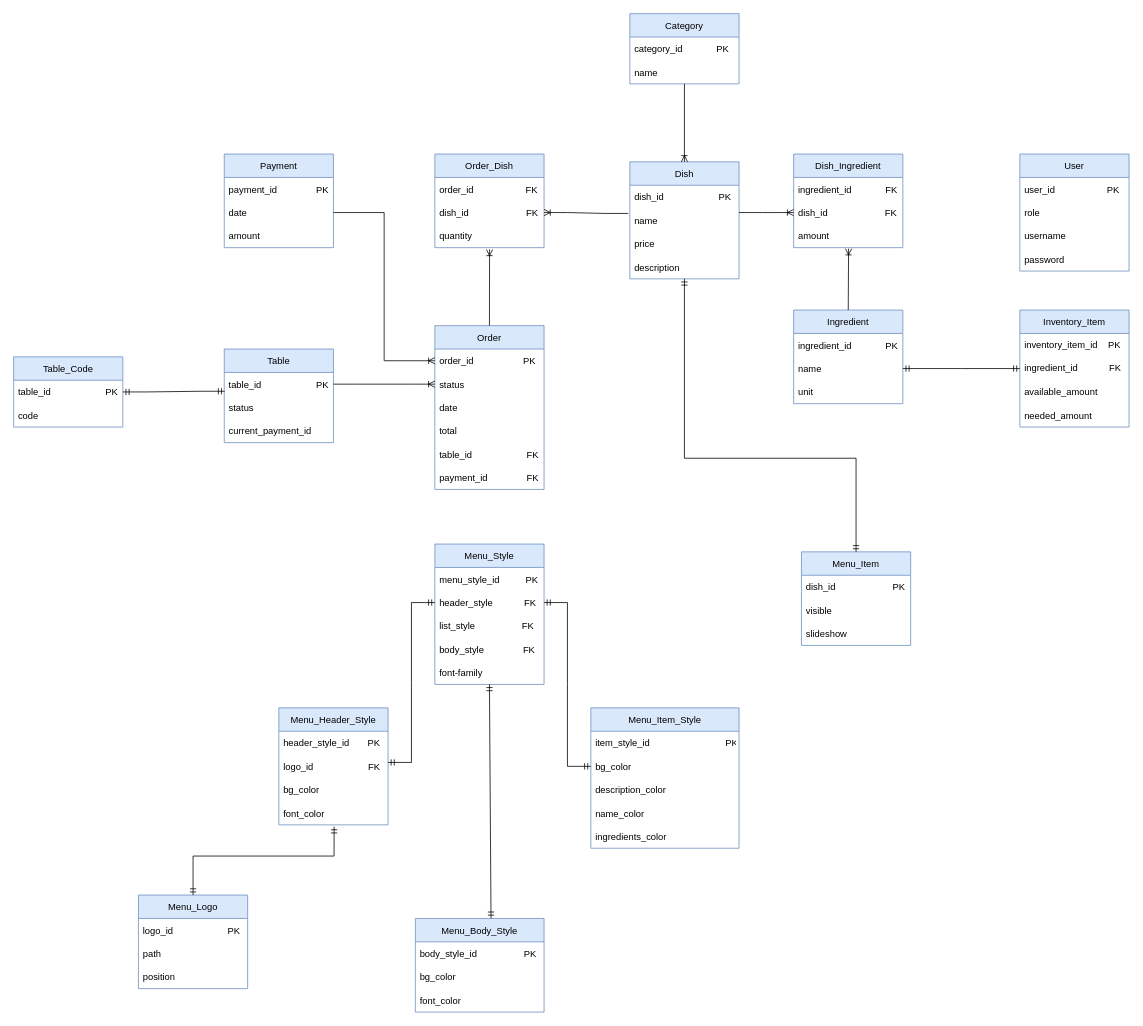
jadhamwi31/quickq keeps this draw.io diagram as diagrams/ERD.drawio. Above is the earlier version. Source tidied: cells renumbered, new cells numbered last; positions are measured from the earlier drawing's top-left corner, leaving out a move shared by most shapes. Both pictures are drawn from the tidied source at 78%, with x=0, y=0 at pixel (13, 13).
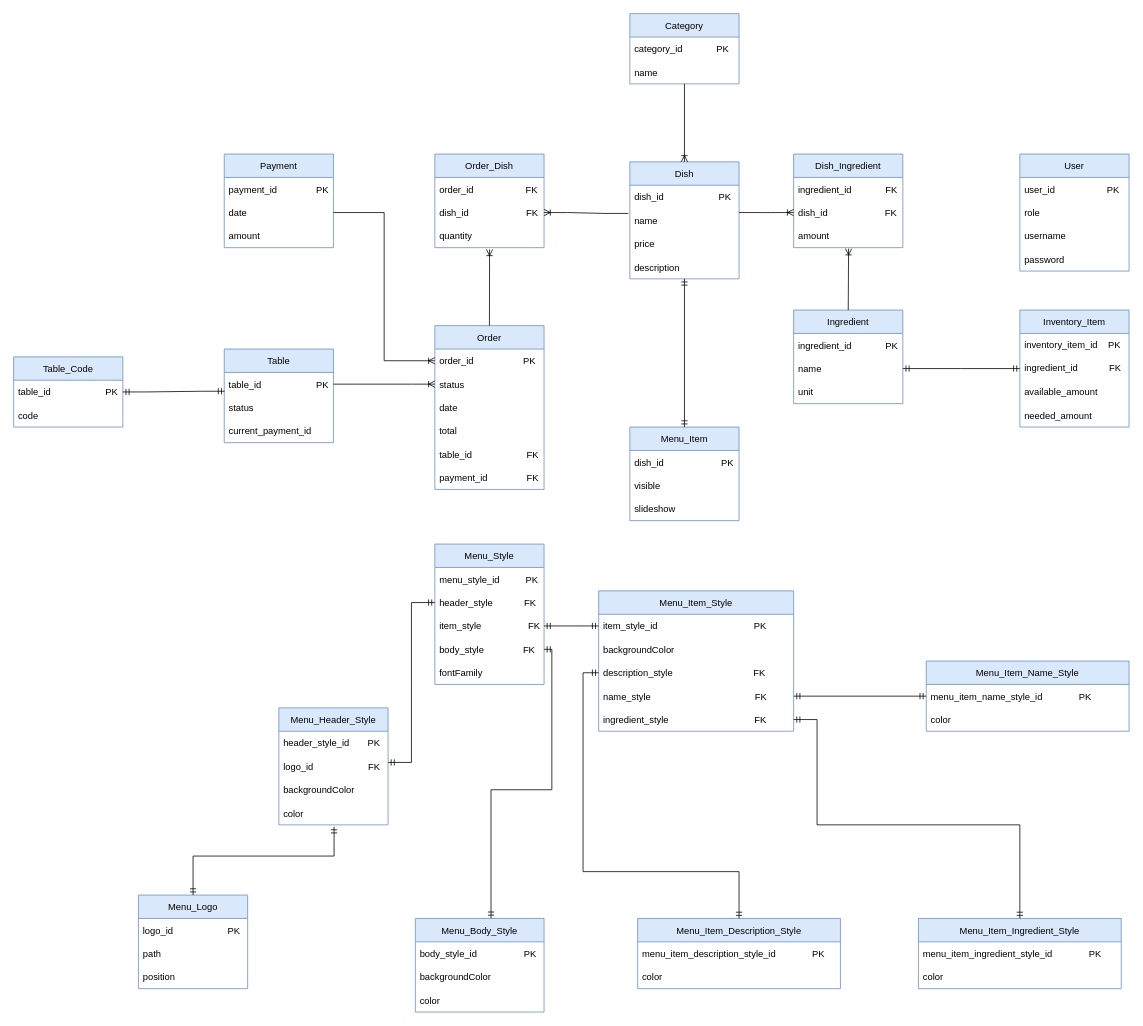
After the change.

The change refers to these unchanged cells:
```xml
<mxCell id="43" value="Menu_Style" style="swimlane;fontStyle=0;horizontal=1;startSize=30;fillColor=#dae8fc;strokeColor=#6c8ebf;" parent="1" vertex="1">
  <mxGeometry x="540" y="680" width="140" height="180" as="geometry" />
</mxCell>
<mxCell id="45" value="header_style            FK" style="text;strokeColor=none;fillColor=none;align=left;verticalAlign=middle;spacingLeft=4;spacingRight=4;overflow=hidden;points=[[0,0.5],[1,0.5]];portConstraint=eastwest;" parent="43" vertex="1">
  <mxGeometry y="60" width="140" height="30" as="geometry" />
</mxCell>
<mxCell id="47" value="body_style               FK" style="text;strokeColor=none;fillColor=none;align=left;verticalAlign=middle;spacingLeft=4;spacingRight=4;overflow=hidden;points=[[0,0.5],[1,0.5]];portConstraint=eastwest;" parent="43" vertex="1">
  <mxGeometry y="120" width="140" height="30" as="geometry" />
</mxCell>
<mxCell id="56" value="Menu_Header_Style" style="swimlane;fontStyle=0;horizontal=1;startSize=30;fillColor=#dae8fc;strokeColor=#6c8ebf;" parent="1" vertex="1">
  <mxGeometry x="340" y="890" width="140" height="150" as="geometry" />
</mxCell>
<mxCell id="74" value="Menu_Body_Style" style="swimlane;fontStyle=0;horizontal=1;startSize=30;fillColor=#dae8fc;strokeColor=#6c8ebf;" parent="1" vertex="1">
  <mxGeometry x="515" y="1160" width="165" height="120" as="geometry" />
</mxCell>
```

Diff of the diagram source:
```diff
@@
     <mxCell id="39" value="Menu_Item" style="swimlane;fontStyle=0;horizontal=1;startSize=30;fillColor=#dae8fc;strokeColor=#6c8ebf;" parent="1" vertex="1">
-      <mxGeometry x="1010" y="690" width="140" height="120" as="geometry" />
+      <mxGeometry x="790" y="530" width="140" height="120" as="geometry" />
     </mxCell>
@@
-    <mxCell id="46" value="list_style                  FK" style="text;strokeColor=none;fillColor=none;align=left;verticalAlign=middle;spacingLeft=4;spacingRight=4;overflow=hidden;points=[[0,0.5],[1,0.5]];portConstraint=eastwest;" parent="43" vertex="1">
+    <mxCell id="46" value="item_style                  FK" style="text;strokeColor=none;fillColor=none;align=left;verticalAlign=middle;spacingLeft=4;spacingRight=4;overflow=hidden;points=[[0,0.5],[1,0.5]];portConstraint=eastwest;" parent="43" vertex="1">
       <mxGeometry y="90" width="140" height="30" as="geometry" />
     </mxCell>
@@
-    <mxCell id="48" value="font-family" style="text;strokeColor=none;fillColor=none;align=left;verticalAlign=middle;spacingLeft=4;spacingRight=4;overflow=hidden;" parent="43" vertex="1">
+    <mxCell id="48" value="fontFamily" style="text;strokeColor=none;fillColor=none;align=left;verticalAlign=middle;spacingLeft=4;spacingRight=4;overflow=hidden;" parent="43" vertex="1">
       <mxGeometry y="150" width="140" height="30" as="geometry" />
     </mxCell>
-    <mxCell id="49" style="fontSize=12;html=1;endArrow=ERmandOne;startArrow=ERmandOne;rounded=0;exitX=0.5;exitY=0;exitDx=0;exitDy=0;edgeStyle=elbowEdgeStyle;elbow=vertical;" parent="1" edge="1" source="39">
+    <mxCell id="49" style="fontSize=12;html=1;endArrow=ERmandOne;startArrow=ERmandOne;rounded=0;exitX=0.5;exitY=0;exitDx=0;exitDy=0;elbow=vertical;" parent="1" edge="1" source="39">
       <mxGeometry relative="1" as="geometry">
         <mxPoint x="860" y="340" as="targetPoint" />
-        <Array as="points">
-          <mxPoint x="970" y="570" />
-        </Array>
       </mxGeometry>
     </mxCell>
@@
-    <mxCell id="59" value="bg_color" style="text;strokeColor=none;fillColor=none;align=left;verticalAlign=middle;spacingLeft=4;spacingRight=4;overflow=hidden;" parent="56" vertex="1">
+    <mxCell id="59" value="backgroundColor" style="text;strokeColor=none;fillColor=none;align=left;verticalAlign=middle;spacingLeft=4;spacingRight=4;overflow=hidden;" parent="56" vertex="1">
       <mxGeometry y="90" width="140" height="30" as="geometry" />
     </mxCell>
-    <mxCell id="60" value="font_color" style="text;strokeColor=none;fillColor=none;align=left;verticalAlign=middle;spacingLeft=4;spacingRight=4;overflow=hidden;points=[[0,0.5],[1,0.5]];portConstraint=eastwest;" parent="56" vertex="1">
+    <mxCell id="60" value="color" style="text;strokeColor=none;fillColor=none;align=left;verticalAlign=middle;spacingLeft=4;spacingRight=4;overflow=hidden;points=[[0,0.5],[1,0.5]];portConstraint=eastwest;" parent="56" vertex="1">
       <mxGeometry y="120" width="140" height="30" as="geometry" />
     </mxCell>
@@
     <mxCell id="62" value="Menu_Item_Style" style="swimlane;fontStyle=0;horizontal=1;startSize=30;fillColor=#dae8fc;strokeColor=#6c8ebf;" parent="1" vertex="1">
-      <mxGeometry x="740" y="890" width="190" height="180" as="geometry" />
+      <mxGeometry x="750" y="740" width="250" height="180" as="geometry" />
     </mxCell>
-    <mxCell id="63" value="item_style_id                             PK" style="text;strokeColor=none;fillColor=none;align=left;verticalAlign=middle;spacingLeft=4;spacingRight=4;overflow=hidden;points=[[0,0.5],[1,0.5]];portConstraint=eastwest;" parent="62" vertex="1">
-      <mxGeometry y="30" width="190" height="30" as="geometry" />
+    <mxCell id="63" value="item_style_id                                     PK" style="text;strokeColor=none;fillColor=none;align=left;verticalAlign=middle;spacingLeft=4;spacingRight=4;overflow=hidden;points=[[0,0.5],[1,0.5]];portConstraint=eastwest;" parent="62" vertex="1">
+      <mxGeometry y="30" width="250" height="30" as="geometry" />
     </mxCell>
-    <mxCell id="64" value="bg_color" style="text;strokeColor=none;fillColor=none;align=left;verticalAlign=middle;spacingLeft=4;spacingRight=4;overflow=hidden;" parent="62" vertex="1">
-      <mxGeometry y="60" width="190" height="30" as="geometry" />
+    <mxCell id="64" value="backgroundColor" style="text;strokeColor=none;fillColor=none;align=left;verticalAlign=middle;spacingLeft=4;spacingRight=4;overflow=hidden;" parent="62" vertex="1">
+      <mxGeometry y="60" width="250" height="30" as="geometry" />
     </mxCell>
-    <mxCell id="65" value="description_color" style="text;strokeColor=none;fillColor=none;align=left;verticalAlign=middle;spacingLeft=4;spacingRight=4;overflow=hidden;points=[[0,0.5],[1,0.5]];portConstraint=eastwest;" parent="62" vertex="1">
-      <mxGeometry y="90" width="190" height="30" as="geometry" />
+    <mxCell id="65" value="description_style                               FK" style="text;strokeColor=none;fillColor=none;align=left;verticalAlign=middle;spacingLeft=4;spacingRight=4;overflow=hidden;points=[[0,0.5],[1,0.5]];portConstraint=eastwest;" parent="62" vertex="1">
+      <mxGeometry y="90" width="250" height="30" as="geometry" />
     </mxCell>
-    <mxCell id="66" value="name_color" style="text;strokeColor=none;fillColor=none;align=left;verticalAlign=middle;spacingLeft=4;spacingRight=4;overflow=hidden;points=[[0,0.5],[1,0.5]];portConstraint=eastwest;" parent="62" vertex="1">
-      <mxGeometry y="120" width="190" height="30" as="geometry" />
+    <mxCell id="66" value="name_style                                        FK" style="text;strokeColor=none;fillColor=none;align=left;verticalAlign=middle;spacingLeft=4;spacingRight=4;overflow=hidden;points=[[0,0.5],[1,0.5]];portConstraint=eastwest;" parent="62" vertex="1">
+      <mxGeometry y="120" width="250" height="30" as="geometry" />
     </mxCell>
-    <mxCell id="67" value="ingredients_color" style="text;strokeColor=none;fillColor=none;align=left;verticalAlign=middle;spacingLeft=4;spacingRight=4;overflow=hidden;points=[[0,0.5],[1,0.5]];portConstraint=eastwest;" parent="62" vertex="1">
-      <mxGeometry y="150" width="190" height="30" as="geometry" />
+    <mxCell id="67" value="ingredient_style                                 FK" style="text;strokeColor=none;fillColor=none;align=left;verticalAlign=middle;spacingLeft=4;spacingRight=4;overflow=hidden;points=[[0,0.5],[1,0.5]];portConstraint=eastwest;" parent="62" vertex="1">
+      <mxGeometry y="150" width="250" height="30" as="geometry" />
     </mxCell>
-    <mxCell id="68" style="edgeStyle=entityRelationEdgeStyle;fontSize=12;html=1;endArrow=ERmandOne;startArrow=ERmandOne;rounded=0;entryX=0;entryY=0.5;entryDx=0;entryDy=0;exitX=1;exitY=0.5;exitDx=0;exitDy=0;" parent="1" edge="1" source="45">
-      <mxGeometry relative="1" as="geometry">
-        <mxPoint x="740" y="965" as="targetPoint" />
-      </mxGeometry>
+    <mxCell id="68" style="edgeStyle=entityRelationEdgeStyle;fontSize=12;html=1;endArrow=ERmandOne;startArrow=ERmandOne;rounded=0;entryX=0;entryY=0.5;entryDx=0;entryDy=0;exitX=1;exitY=0.5;exitDx=0;exitDy=0;" parent="1" edge="1" source="46" target="63">
+      <mxGeometry relative="1" as="geometry" />
     </mxCell>
@@
-    <mxCell id="76" value="bg_color" style="text;strokeColor=none;fillColor=none;align=left;verticalAlign=middle;spacingLeft=4;spacingRight=4;overflow=hidden;" parent="74" vertex="1">
+    <mxCell id="76" value="backgroundColor" style="text;strokeColor=none;fillColor=none;align=left;verticalAlign=middle;spacingLeft=4;spacingRight=4;overflow=hidden;" parent="74" vertex="1">
       <mxGeometry y="60" width="165" height="30" as="geometry" />
     </mxCell>
-    <mxCell id="77" value="font_color" style="text;strokeColor=none;fillColor=none;align=left;verticalAlign=middle;spacingLeft=4;spacingRight=4;overflow=hidden;" parent="74" vertex="1">
+    <mxCell id="77" value="color" style="text;strokeColor=none;fillColor=none;align=left;verticalAlign=middle;spacingLeft=4;spacingRight=4;overflow=hidden;" parent="74" vertex="1">
       <mxGeometry y="90" width="165" height="30" as="geometry" />
     </mxCell>
-    <mxCell id="78" style="fontSize=12;html=1;endArrow=ERmandOne;startArrow=ERmandOne;rounded=0;exitX=0.588;exitY=-0.002;exitDx=0;exitDy=0;exitPerimeter=0;" parent="1" edge="1" source="74">
-      <mxGeometry relative="1" as="geometry">
-        <mxPoint x="610" y="860" as="targetPoint" />
-      </mxGeometry>
+    <mxCell id="78" style="fontSize=12;html=1;endArrow=ERmandOne;startArrow=ERmandOne;rounded=0;exitX=0.588;exitY=-0.002;exitDx=0;exitDy=0;exitPerimeter=0;entryX=1;entryY=0.5;entryDx=0;entryDy=0;edgeStyle=orthogonalEdgeStyle;" parent="1" edge="1" source="74" target="47">
+      <mxGeometry relative="1" as="geometry" />
     </mxCell>
@@
+    <mxCell id="93" value="Menu_Item_Description_Style" style="swimlane;fontStyle=0;horizontal=1;startSize=30;fillColor=#dae8fc;strokeColor=#6c8ebf;" parent="1" vertex="1">
+      <mxGeometry x="800" y="1160" width="260" height="90" as="geometry" />
+    </mxCell>
+    <mxCell id="94" value="menu_item_description_style_id              PK" style="text;strokeColor=none;fillColor=none;align=left;verticalAlign=middle;spacingLeft=4;spacingRight=4;overflow=hidden;" parent="93" vertex="1">
+      <mxGeometry y="30" width="260" height="30" as="geometry" />
+    </mxCell>
+    <mxCell id="95" value="color" style="text;strokeColor=none;fillColor=none;align=left;verticalAlign=middle;spacingLeft=4;spacingRight=4;overflow=hidden;" parent="93" vertex="1">
+      <mxGeometry y="60" width="260" height="30" as="geometry" />
+    </mxCell>
+    <mxCell id="96" style="fontSize=12;html=1;endArrow=ERmandOne;startArrow=ERmandOne;rounded=0;exitX=0.5;exitY=0;exitDx=0;exitDy=0;entryX=0;entryY=0.5;entryDx=0;entryDy=0;edgeStyle=orthogonalEdgeStyle;" parent="1" edge="1" source="93" target="65">
+      <mxGeometry relative="1" as="geometry">
+        <Array as="points">
+          <mxPoint x="930" y="1100" />
+          <mxPoint x="730" y="1100" />
+          <mxPoint x="730" y="845" />
+        </Array>
+      </mxGeometry>
+    </mxCell>
+    <mxCell id="97" value="Menu_Item_Name_Style" style="swimlane;fontStyle=0;horizontal=1;startSize=30;fillColor=#dae8fc;strokeColor=#6c8ebf;" parent="1" vertex="1">
+      <mxGeometry x="1170" y="830" width="260" height="90" as="geometry" />
+    </mxCell>
+    <mxCell id="98" value="menu_item_name_style_id              PK" style="text;strokeColor=none;fillColor=none;align=left;verticalAlign=middle;spacingLeft=4;spacingRight=4;overflow=hidden;points=[[0,0.5],[1,0.5]];portConstraint=eastwest;" parent="97" vertex="1">
+      <mxGeometry y="30" width="260" height="30" as="geometry" />
+    </mxCell>
+    <mxCell id="99" value="color" style="text;strokeColor=none;fillColor=none;align=left;verticalAlign=middle;spacingLeft=4;spacingRight=4;overflow=hidden;" parent="97" vertex="1">
+      <mxGeometry y="60" width="260" height="30" as="geometry" />
+    </mxCell>
+    <mxCell id="100" value="Menu_Item_Ingredient_Style" style="swimlane;fontStyle=0;horizontal=1;startSize=30;fillColor=#dae8fc;strokeColor=#6c8ebf;" parent="1" vertex="1">
+      <mxGeometry x="1160" y="1160" width="260" height="90" as="geometry" />
+    </mxCell>
+    <mxCell id="101" value="menu_item_ingredient_style_id              PK" style="text;strokeColor=none;fillColor=none;align=left;verticalAlign=middle;spacingLeft=4;spacingRight=4;overflow=hidden;" parent="100" vertex="1">
+      <mxGeometry y="30" width="260" height="30" as="geometry" />
+    </mxCell>
+    <mxCell id="102" value="color" style="text;strokeColor=none;fillColor=none;align=left;verticalAlign=middle;spacingLeft=4;spacingRight=4;overflow=hidden;" parent="100" vertex="1">
+      <mxGeometry y="60" width="260" height="30" as="geometry" />
+    </mxCell>
+    <mxCell id="103" style="fontSize=12;html=1;endArrow=ERmandOne;startArrow=ERmandOne;rounded=0;exitX=0.5;exitY=0;exitDx=0;exitDy=0;entryX=1;entryY=0.5;entryDx=0;entryDy=0;edgeStyle=orthogonalEdgeStyle;" parent="1" edge="1" source="100" target="67">
+      <mxGeometry relative="1" as="geometry">
+        <Array as="points">
+          <mxPoint x="1290" y="1040" />
+          <mxPoint x="1030" y="1040" />
+          <mxPoint x="1030" y="905" />
+        </Array>
+      </mxGeometry>
+    </mxCell>
+    <mxCell id="104" style="fontSize=12;html=1;endArrow=ERmandOne;startArrow=ERmandOne;rounded=0;exitX=0;exitY=0.5;exitDx=0;exitDy=0;entryX=1;entryY=0.5;entryDx=0;entryDy=0;edgeStyle=orthogonalEdgeStyle;" parent="1" edge="1" source="98" target="66">
+      <mxGeometry relative="1" as="geometry" />
+    </mxCell>
```
